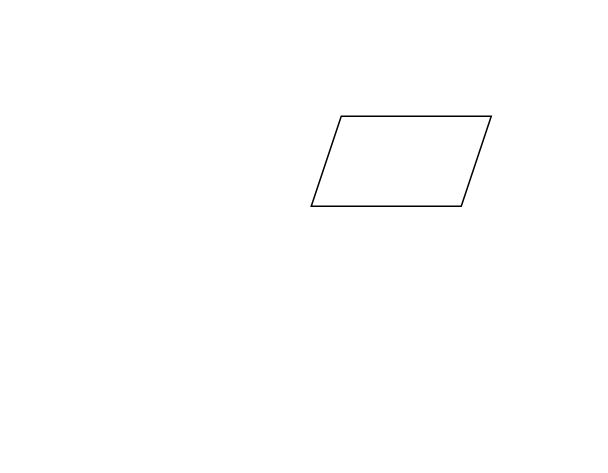
boe1900/spring-boot-demo keeps this draw.io diagram as 未命名绘图.drawio. Above is the earlier version. Source tidied: cells renumbered, new cells numbered last; positions are measured from the earlier drawing's top-left corner, leaving out a move shared by most shapes. Both pictures are drawn from the tidied source at 150%, with x=0, y=0 at pixel (310, 116).
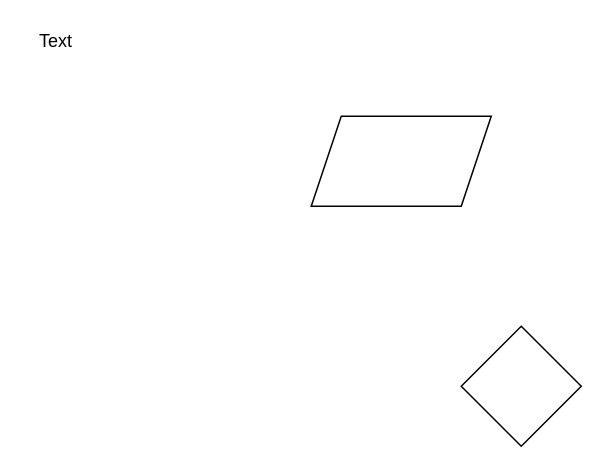
The same page after the edit.

Commit message:
更新未命名绘图.drawio

What changed in the source:
```diff
@@
 <mxGraphModel>
   <root>
     <mxCell id="0" />
     <mxCell id="1" parent="0" />
     <mxCell id="2" style="shape=parallelogram;perimeter=parallelogramPerimeter;whiteSpace=wrap;html=1;fixedSize=1;" parent="1" vertex="1">
       <mxGeometry width="120" height="60" as="geometry" />
     </mxCell>
+    <mxCell id="3" value="Text" style="text;html=1;strokeColor=none;fillColor=none;align=center;verticalAlign=middle;whiteSpace=wrap;rounded=0;" parent="1" vertex="1">
+      <mxGeometry x="-190" y="-60" width="40" height="20" as="geometry" />
+    </mxCell>
+    <mxCell id="4" style="rhombus;whiteSpace=wrap;html=1;" parent="1" vertex="1">
+      <mxGeometry x="100" y="140" width="80" height="80" as="geometry" />
+    </mxCell>
   </root>
 </mxGraphModel>
```
